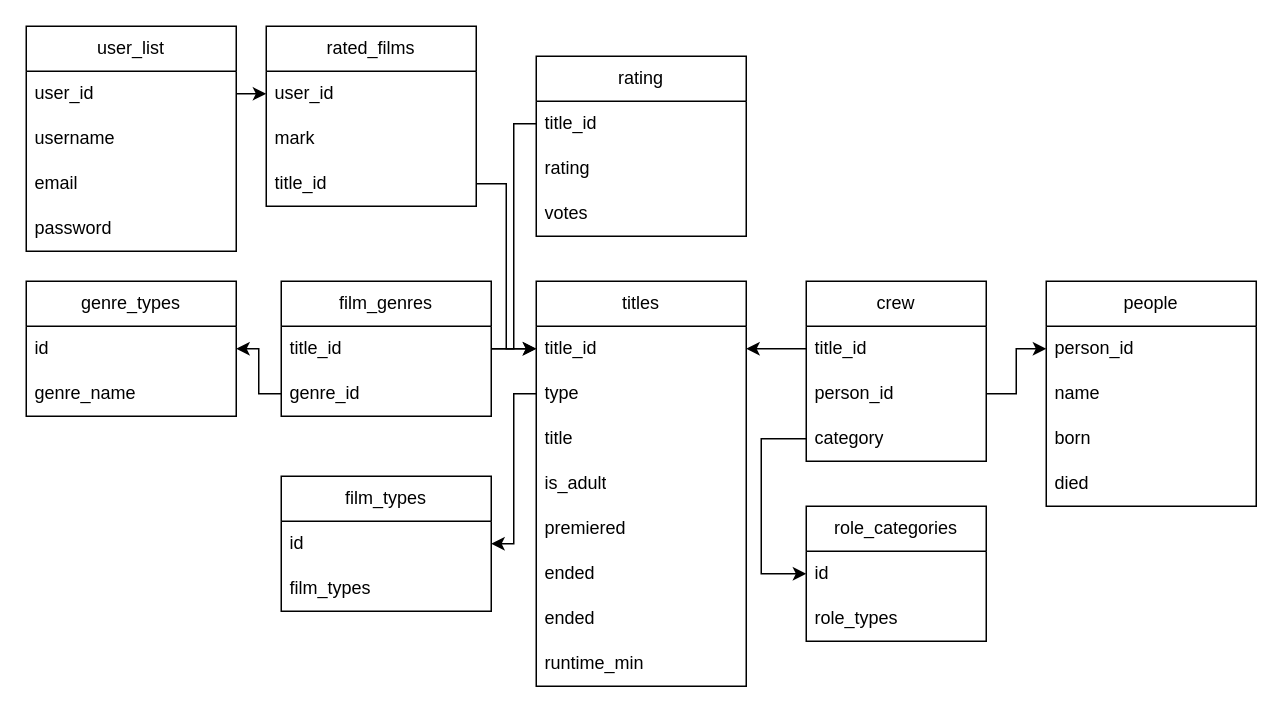
Above: Диаграмма без названия.drawio in harlamovads/random-snippets-of-code (draw.io), before the change. Source tidied: cells renumbered, new cells numbered last; positions are measured from the earlier drawing's top-left corner, leaving out a move shared by most shapes. Both pictures are drawn from the tidied source at 150%, with x=0, y=0 at pixel (26, 26).
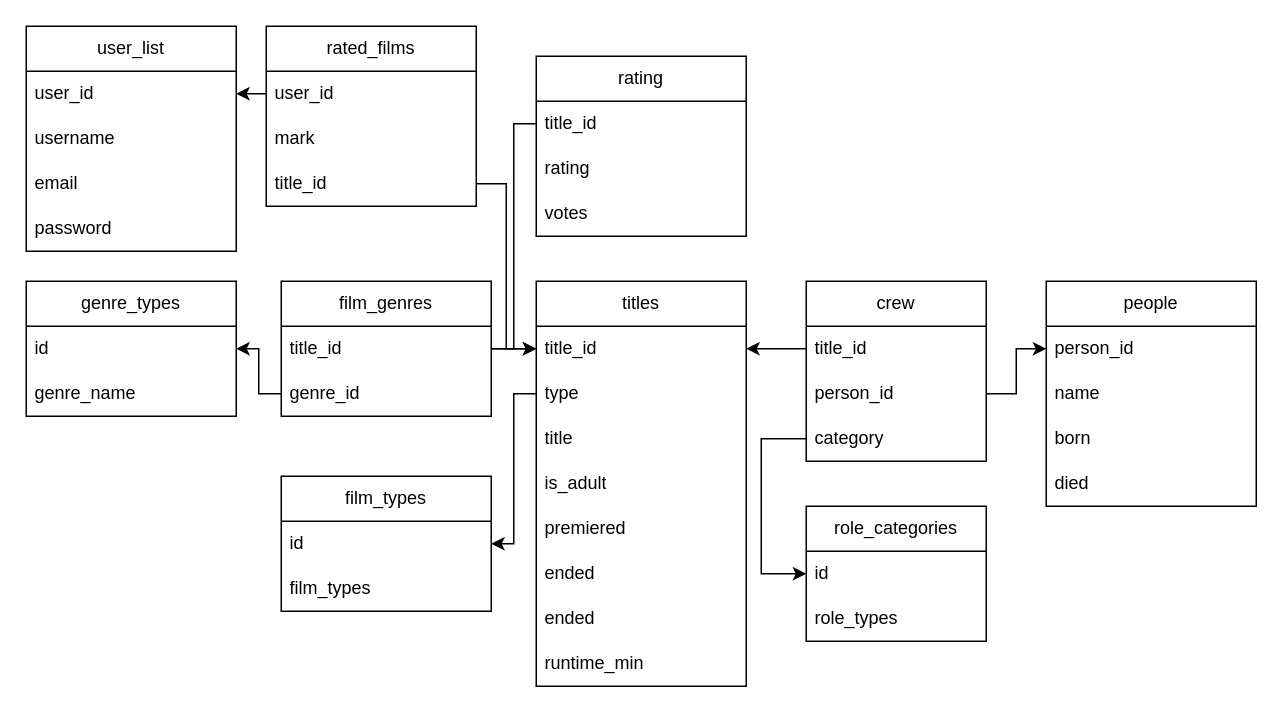
Above is the later version.

The change refers to these unchanged cells:
```xml
<mxCell id="38" value="user_id" style="text;strokeColor=none;fillColor=none;align=left;verticalAlign=middle;spacingLeft=4;spacingRight=4;overflow=hidden;points=[[0,0.5],[1,0.5]];portConstraint=eastwest;whiteSpace=wrap;html=1;" parent="37" vertex="1">
  <mxGeometry y="30" width="140" height="30" as="geometry" />
</mxCell>
<mxCell id="43" value="user_id" style="text;strokeColor=none;fillColor=none;align=left;verticalAlign=middle;spacingLeft=4;spacingRight=4;overflow=hidden;points=[[0,0.5],[1,0.5]];portConstraint=eastwest;whiteSpace=wrap;html=1;" parent="42" vertex="1">
  <mxGeometry y="30" width="140" height="30" as="geometry" />
</mxCell>
```

What changed in the source:
```diff
@@
-    <mxCell id="53" style="edgeStyle=elbowEdgeStyle;rounded=0;jettySize=auto;html=1;exitX=1;exitY=0.5;exitDx=0;exitDy=0;entryX=0;entryY=0.5;entryDx=0;entryDy=0;endArrow=classic;endFill=1;" parent="1" edge="1" source="38" target="43">
+    <mxCell id="53" style="edgeStyle=elbowEdgeStyle;rounded=0;jettySize=auto;html=1;exitX=0;exitY=0.5;exitDx=0;exitDy=0;entryX=1;entryY=0.5;entryDx=0;entryDy=0;endArrow=classic;endFill=1;" parent="1" edge="1" source="43" target="38">
       <mxGeometry relative="1" as="geometry" />
     </mxCell>
```
